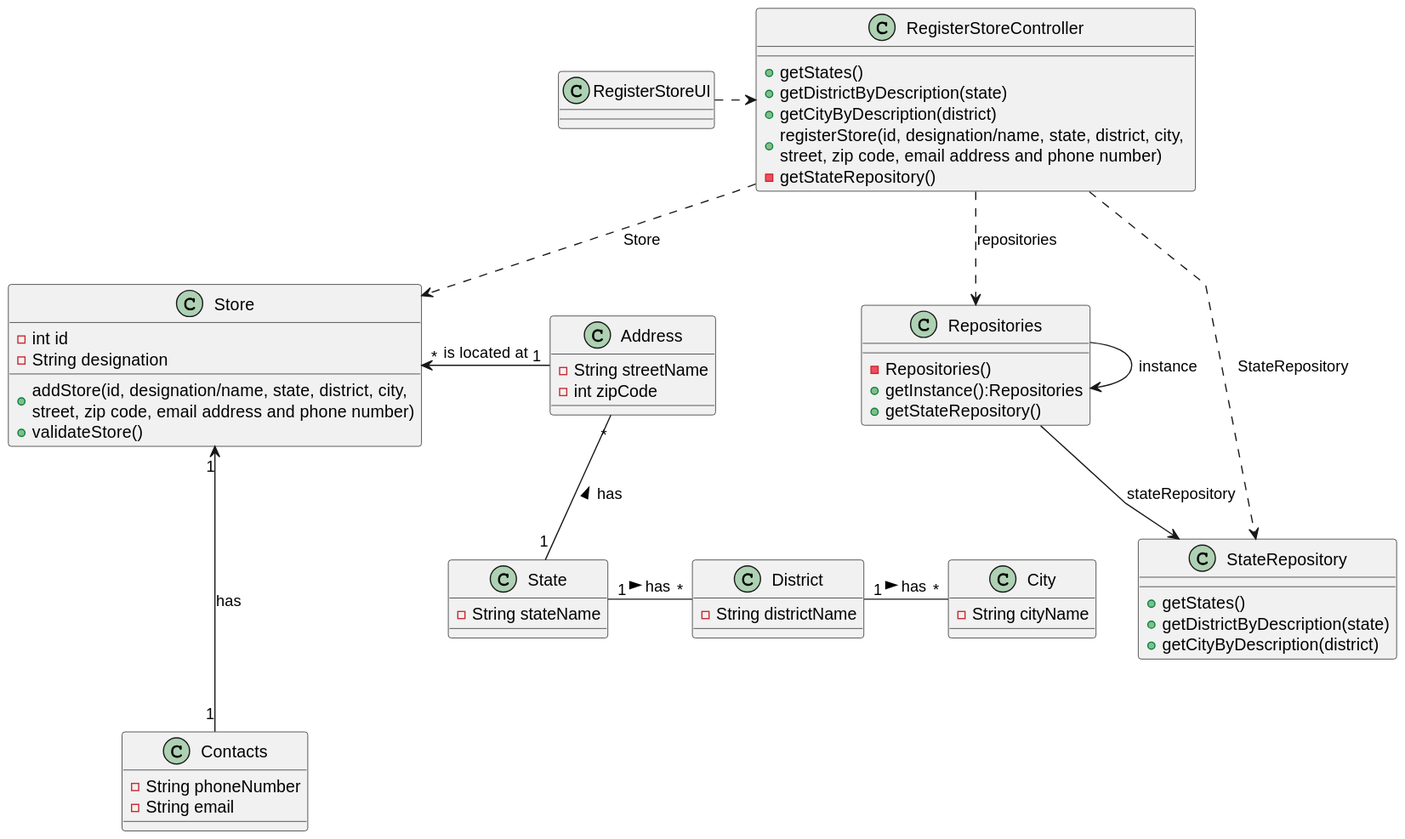
This is docs/sprintB/US05/03.design/svg/us05-class-diagram.svg from PureNimble/ISEP-LAPR2, a PlantUML export, as it was before one commit.
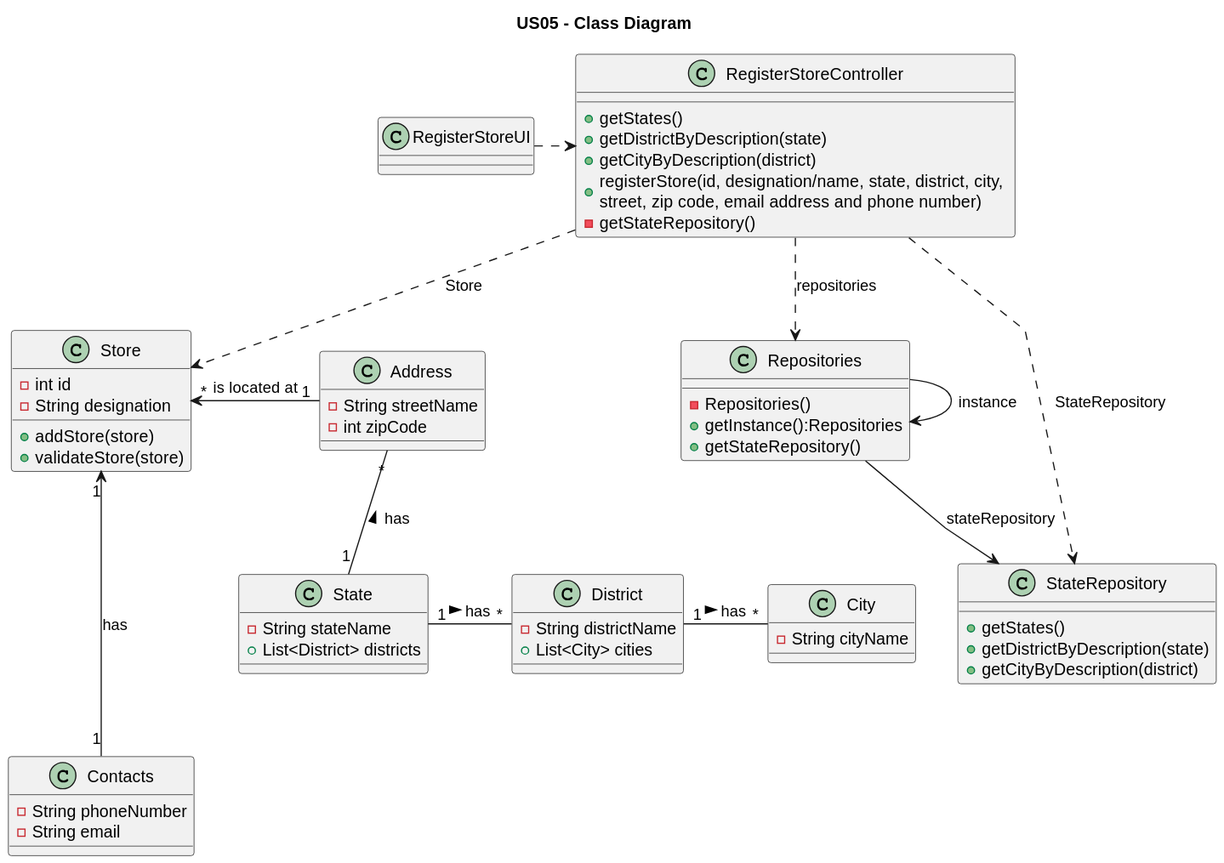
The same file after the commit.

Change to the diagram source:
```diff
@@ -4,13 +4,16 @@
 skinparam shadowing false
 skinparam linetype polyline
 
+title US05 - Class Diagram
+
 class State {
     - String stateName
+    + List<District> districts
 }
 
 class District {
     - String districtName
-
+    + List<City> cities
 }
 
 class City {
@@ -37,8 +40,8 @@
 class Store {
     -int id
     -String designation
-    +addStore(id, designation/name, state, district, city, \nstreet, zip code, email address and phone number)
-    +validateStore()
+    +addStore(store)
+    +validateStore(store)
 }
 
 class RegisterStoreController {
```
